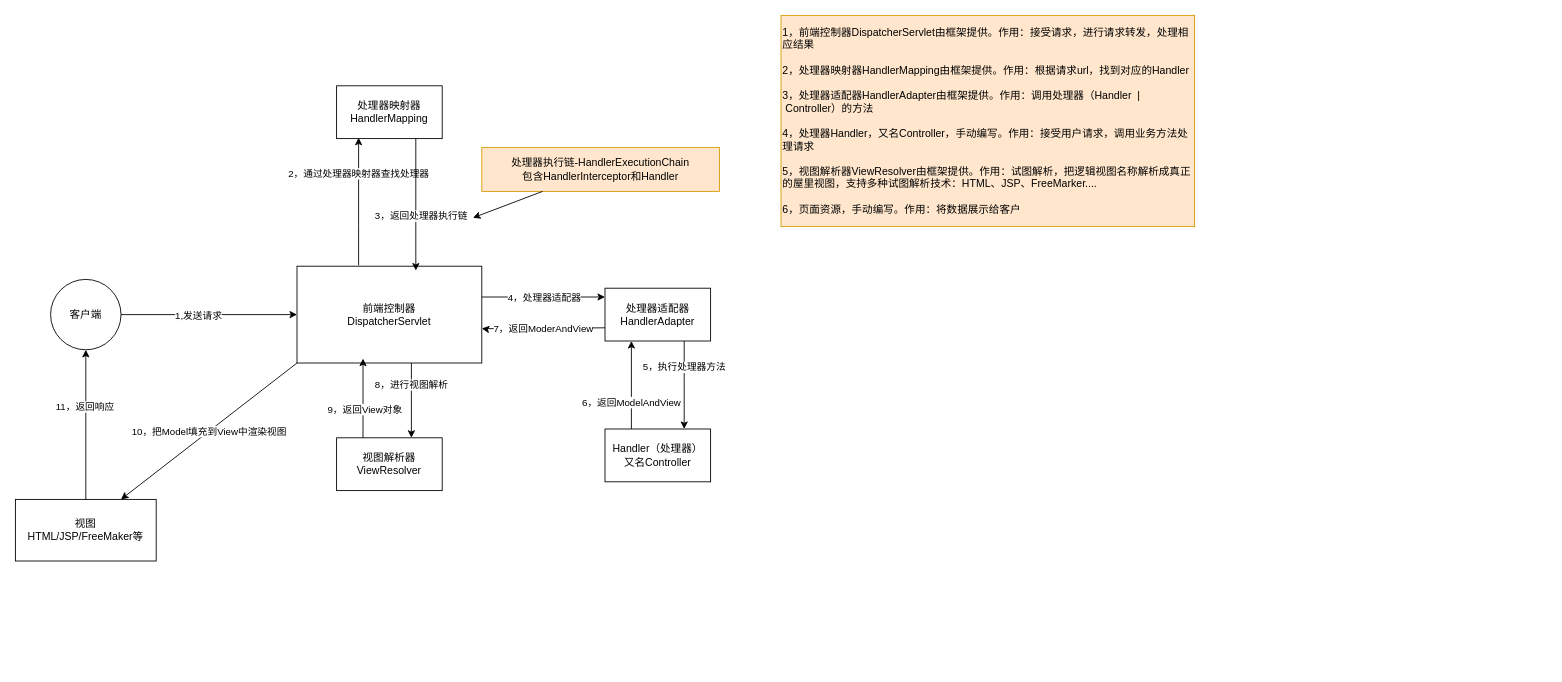
This is SpringMVC执行流程.drawio from qudehu/draw, a draw.io file, before an edit. Source tidied: cells renumbered, new cells numbered last; positions are measured from the earlier drawing's top-left corner, leaving out a move shared by most shapes. Both pictures are drawn from the tidied source at 88%, with x=0, y=0 at pixel (15, 15).
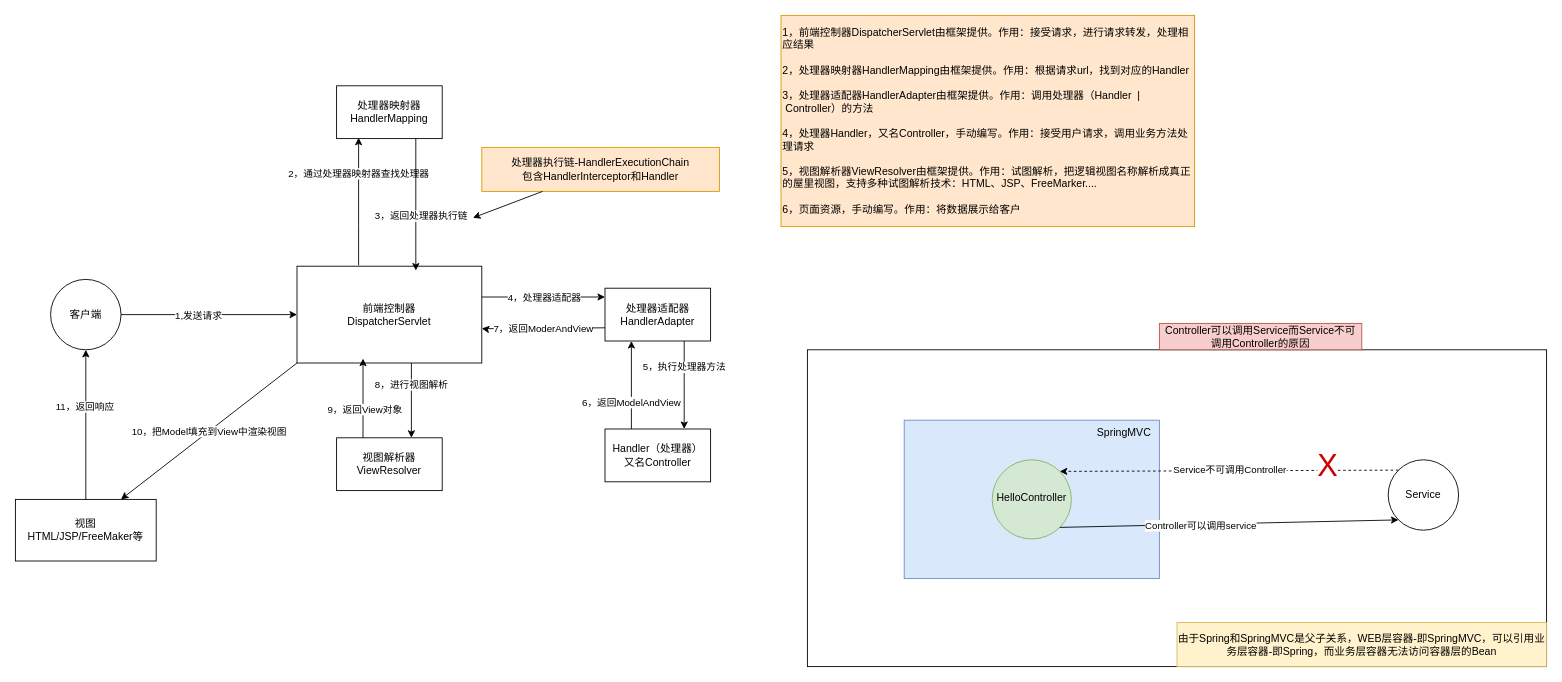
The same diagram, later.

Commit message:
更新SpringMVC执行流程.drawio

The edit, as a diff of the source:
```diff
@@
+    <mxCell id="28" style="rounded=0;whiteSpace=wrap;html=1;labelBackgroundColor=none;fontSize=35;fontColor=#CC0000;align=center;verticalAlign=middle;" parent="1" vertex="1">
+      <mxGeometry x="900" y="380" width="840" height="360" as="geometry" />
+    </mxCell>
@@
+    <mxCell id="29" style="rounded=0;whiteSpace=wrap;html=1;align=center;verticalAlign=top;fillColor=#dae8fc;strokeColor=#6c8ebf;" parent="1" vertex="1">
+      <mxGeometry x="1010" y="460" width="290" height="180" as="geometry" />
+    </mxCell>
+    <mxCell id="30" value="&#10;&#10;&lt;span style=&quot;color: rgb(0, 0, 0); font-family: helvetica; font-size: 12px; font-style: normal; font-weight: 400; letter-spacing: normal; text-align: center; text-indent: 0px; text-transform: none; word-spacing: 0px; display: inline; float: none;&quot;&gt;HelloController&lt;/span&gt;&#10;&#10;" style="ellipse;whiteSpace=wrap;html=1;align=center;verticalAlign=top;fillColor=#d5e8d4;strokeColor=#82b366;labelBackgroundColor=none;" parent="1" vertex="1">
+      <mxGeometry x="1110" y="505" width="90" height="90" as="geometry" />
+    </mxCell>
+    <mxCell id="31" value="SpringMVC" style="text;html=1;strokeColor=none;fillColor=none;align=center;verticalAlign=middle;whiteSpace=wrap;rounded=0;" parent="1" vertex="1">
+      <mxGeometry x="1230" y="460" width="60" height="30" as="geometry" />
+    </mxCell>
+    <mxCell id="32" value="Service" style="ellipse;whiteSpace=wrap;html=1;labelBackgroundColor=none;align=center;verticalAlign=middle;" parent="1" vertex="1">
+      <mxGeometry x="1560" y="505" width="80" height="80" as="geometry" />
+    </mxCell>
+    <mxCell id="33" style="endArrow=classic;html=1;rounded=0;entryX=0;entryY=1;entryDx=0;entryDy=0;exitX=1;exitY=1;exitDx=0;exitDy=0;" parent="1" edge="1" source="30" target="32">
+      <mxGeometry relative="1" as="geometry" />
+    </mxCell>
+    <mxCell id="34" value="Controller可以调用service" style="edgeLabel;html=1;align=center;verticalAlign=middle;" parent="33" vertex="1">
+      <mxGeometry x="-0.17" y="-1" relative="1" as="geometry" />
+    </mxCell>
+    <mxCell id="35" value="Service不可调用Controller" style="endArrow=classic;html=1;rounded=0;entryX=1;entryY=0;entryDx=0;entryDy=0;exitX=0;exitY=0;exitDx=0;exitDy=0;dashed=1;" parent="1" edge="1" source="32" target="30">
+      <mxGeometry relative="1" as="geometry" />
+    </mxCell>
+    <mxCell id="36" value="X" style="edgeLabel;html=1;align=center;verticalAlign=middle;fontSize=35;fontColor=#CC0000;" parent="35" vertex="1">
+      <mxGeometry x="-0.53" relative="1" as="geometry">
+        <mxPoint x="9" y="-7" as="offset" />
+      </mxGeometry>
+    </mxCell>
+    <mxCell id="37" value="由于Spring和SpringMVC是父子关系，WEB层容器-即SpringMVC，可以引用业务层容器-即Spring，而业务层容器无法访问容器层的Bean" style="text;html=1;strokeColor=#d6b656;fillColor=#fff2cc;align=center;verticalAlign=middle;whiteSpace=wrap;rounded=0;labelBackgroundColor=none;fontSize=12;" parent="1" vertex="1">
+      <mxGeometry x="1320" y="690" width="420" height="50" as="geometry" />
+    </mxCell>
+    <mxCell id="38" value="Controller可以调用Service而Service不可调用Controller的原因" style="text;html=1;strokeColor=#b85450;fillColor=#f8cecc;align=center;verticalAlign=middle;whiteSpace=wrap;rounded=0;labelBackgroundColor=none;fontSize=12;" parent="1" vertex="1">
+      <mxGeometry x="1300" y="350" width="230" height="30" as="geometry" />
+    </mxCell>
```
